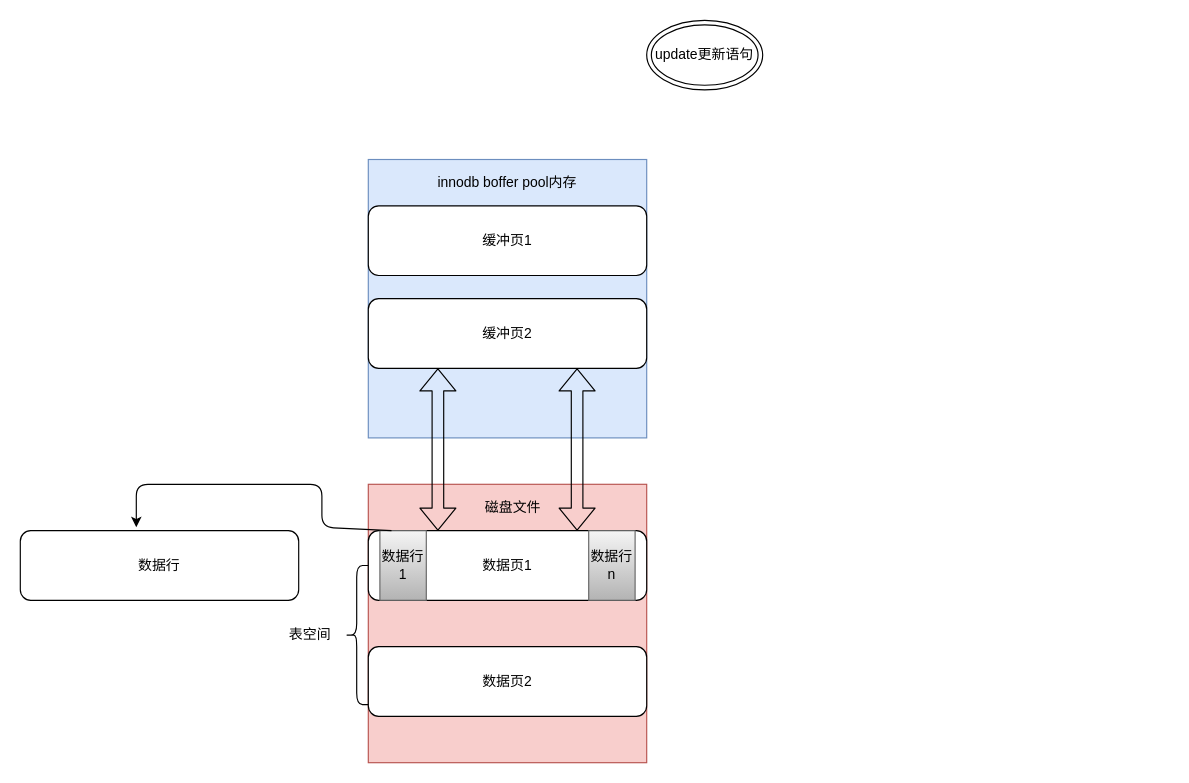
Earlier version of the draw.io diagram select-update.drawio (wqfgithub/drawio). Source tidied: cells renumbered, new cells numbered last; positions are measured from the earlier drawing's top-left corner, leaving out a move shared by most shapes. Both pictures are drawn from the tidied source at 116%, with x=0, y=0 at pixel (20, 20).
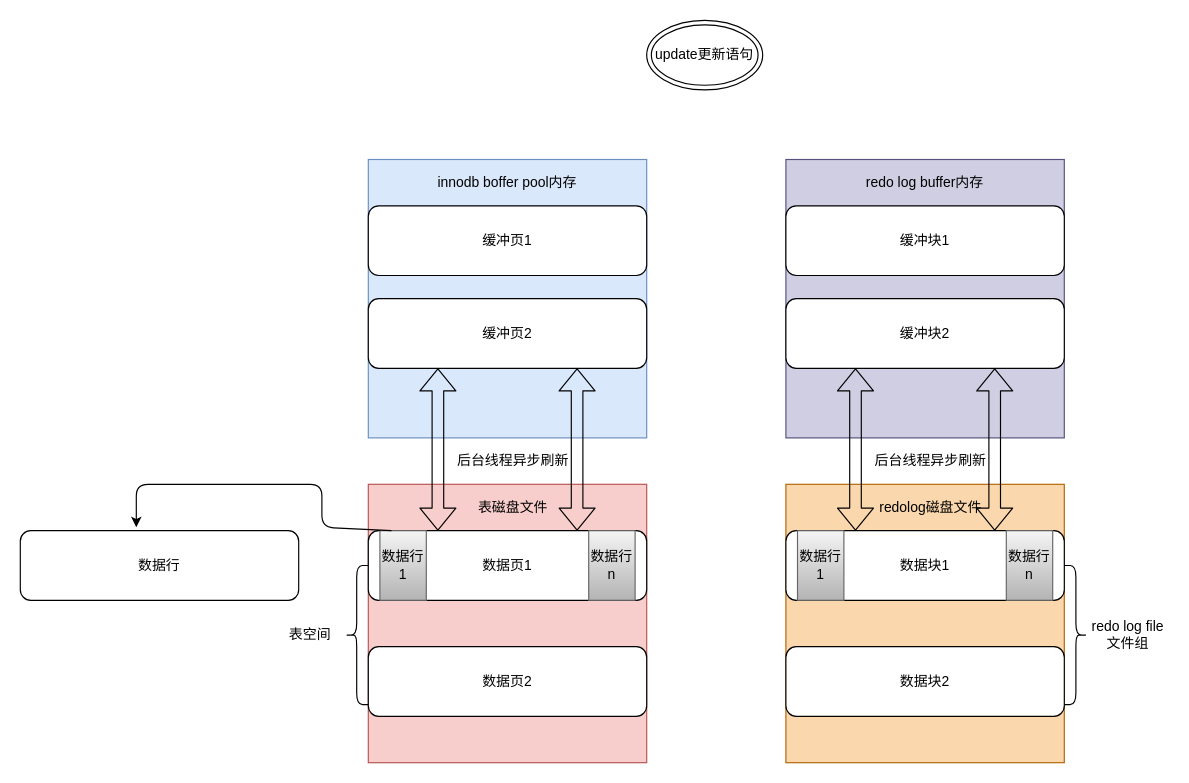
The same page after the edit.

What changed in the source:
```diff
@@
-    <mxCell id="8" value="磁盘文件" style="text;html=1;strokeColor=none;fillColor=none;align=center;verticalAlign=middle;whiteSpace=wrap;rounded=0;" parent="1" vertex="1">
+    <mxCell id="8" value="表磁盘文件" style="text;html=1;strokeColor=none;fillColor=none;align=center;verticalAlign=middle;whiteSpace=wrap;rounded=0;" parent="1" vertex="1">
       <mxGeometry x="380" y="410" width="90" height="20" as="geometry" />
     </mxCell>
@@
+    <mxCell id="19" value="后台线程异步刷新" style="text;html=1;strokeColor=none;fillColor=none;align=center;verticalAlign=middle;whiteSpace=wrap;rounded=0;" parent="1" vertex="1">
+      <mxGeometry x="350" y="370" width="150" height="20" as="geometry" />
+    </mxCell>
+    <mxCell id="20" style="rounded=0;whiteSpace=wrap;html=1;fillColor=#d0cee2;strokeColor=#56517e;" parent="1" vertex="1">
+      <mxGeometry x="660" y="120" width="240" height="240" as="geometry" />
+    </mxCell>
+    <mxCell id="21" value="redo log buffer内存" style="text;html=1;strokeColor=none;fillColor=none;align=center;verticalAlign=middle;whiteSpace=wrap;rounded=0;" parent="1" vertex="1">
+      <mxGeometry x="710" y="130" width="140" height="20" as="geometry" />
+    </mxCell>
+    <mxCell id="22" value="缓冲块1" style="rounded=1;whiteSpace=wrap;html=1;" parent="1" vertex="1">
+      <mxGeometry x="660" y="160" width="240" height="60" as="geometry" />
+    </mxCell>
+    <mxCell id="23" value="缓冲块2" style="rounded=1;whiteSpace=wrap;html=1;" parent="1" vertex="1">
+      <mxGeometry x="660" y="240" width="240" height="60" as="geometry" />
+    </mxCell>
+    <mxCell id="24" style="rounded=0;whiteSpace=wrap;html=1;fillColor=#fad7ac;strokeColor=#b46504;" parent="1" vertex="1">
+      <mxGeometry x="660" y="400" width="240" height="240" as="geometry" />
+    </mxCell>
+    <mxCell id="25" value="数据块1" style="rounded=1;whiteSpace=wrap;html=1;" parent="1" vertex="1">
+      <mxGeometry x="660" y="440" width="240" height="60" as="geometry" />
+    </mxCell>
+    <mxCell id="26" value="redolog磁盘文件" style="text;html=1;strokeColor=none;fillColor=none;align=center;verticalAlign=middle;whiteSpace=wrap;rounded=0;" parent="1" vertex="1">
+      <mxGeometry x="735" y="410" width="100" height="20" as="geometry" />
+    </mxCell>
+    <mxCell id="27" value="数据行1" style="rounded=0;whiteSpace=wrap;html=1;gradientColor=#b3b3b3;fillColor=#f5f5f5;strokeColor=#666666;" parent="1" vertex="1">
+      <mxGeometry x="670" y="440" width="40" height="60" as="geometry" />
+    </mxCell>
+    <mxCell id="28" value="数据行n" style="rounded=0;whiteSpace=wrap;html=1;gradientColor=#b3b3b3;fillColor=#f5f5f5;strokeColor=#666666;" parent="1" vertex="1">
+      <mxGeometry x="850" y="440" width="40" height="60" as="geometry" />
+    </mxCell>
+    <mxCell id="29" value="数据块2" style="rounded=1;whiteSpace=wrap;html=1;" parent="1" vertex="1">
+      <mxGeometry x="660" y="540" width="240" height="60" as="geometry" />
+    </mxCell>
+    <mxCell id="30" style="shape=flexArrow;endArrow=classic;startArrow=classic;html=1;entryX=0.25;entryY=1;entryDx=0;entryDy=0;" parent="1" edge="1">
+      <mxGeometry relative="1" as="geometry">
+        <mxPoint x="720" y="440" as="sourcePoint" />
+        <mxPoint x="720" y="300" as="targetPoint" />
+      </mxGeometry>
+    </mxCell>
+    <mxCell id="31" style="shape=flexArrow;endArrow=classic;startArrow=classic;html=1;entryX=0.25;entryY=1;entryDx=0;entryDy=0;" parent="1" edge="1">
+      <mxGeometry relative="1" as="geometry">
+        <mxPoint x="840" y="440" as="sourcePoint" />
+        <mxPoint x="840" y="300" as="targetPoint" />
+      </mxGeometry>
+    </mxCell>
+    <mxCell id="32" value="后台线程异步刷新" style="text;html=1;strokeColor=none;fillColor=none;align=center;verticalAlign=middle;whiteSpace=wrap;rounded=0;" parent="1" vertex="1">
+      <mxGeometry x="710" y="370" width="150" height="20" as="geometry" />
+    </mxCell>
+    <mxCell id="33" style="shape=curlyBracket;whiteSpace=wrap;html=1;rounded=1;flipH=1;" parent="1" vertex="1">
+      <mxGeometry x="900" y="470" width="20" height="120" as="geometry" />
+    </mxCell>
+    <mxCell id="34" value="redo log file文件组" style="text;html=1;strokeColor=none;fillColor=none;align=center;verticalAlign=middle;whiteSpace=wrap;rounded=0;" parent="1" vertex="1">
+      <mxGeometry x="920" y="520" width="70" height="20" as="geometry" />
+    </mxCell>
```
